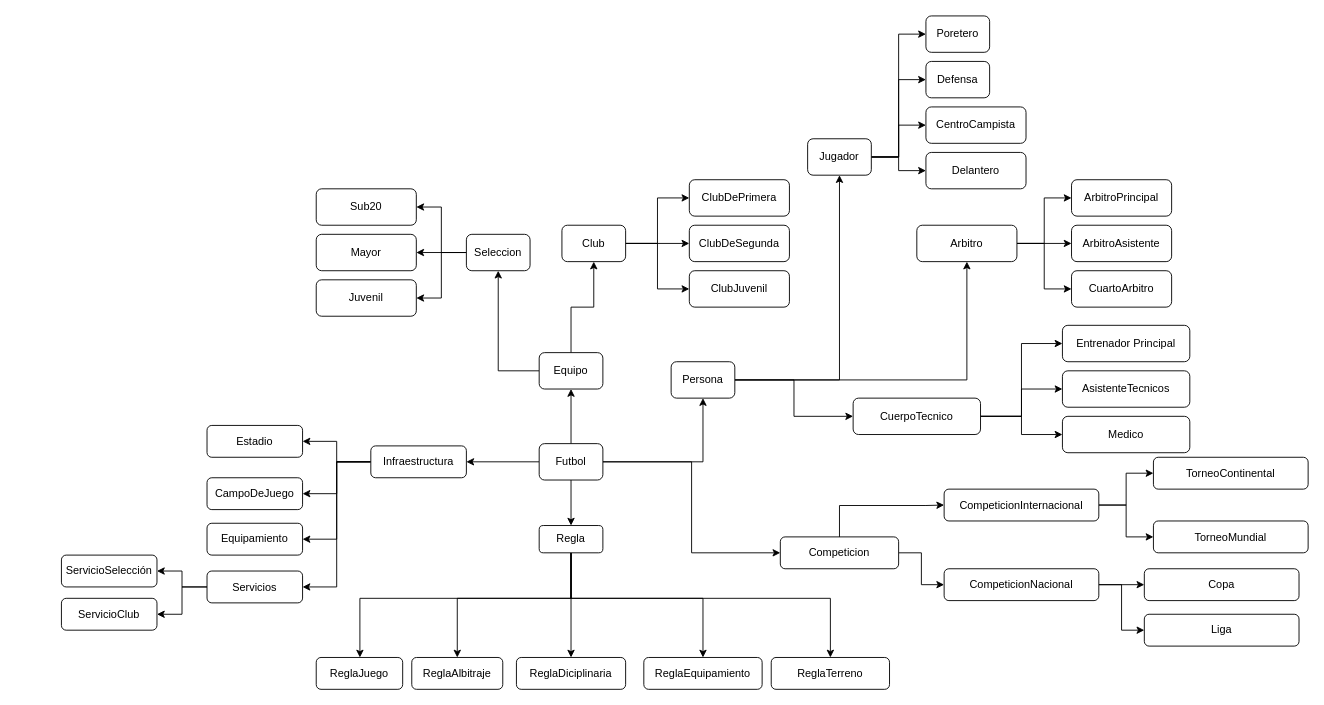
The draw.io diagram Diagrama.drawio in adrisad/ontologias, before the edit. Source tidied: cells renumbered, new cells numbered last; positions are measured from the earlier drawing's top-left corner, leaving out a move shared by most shapes. Both pictures are drawn from the tidied source at 91%, with x=0, y=0 at pixel (61, 15).
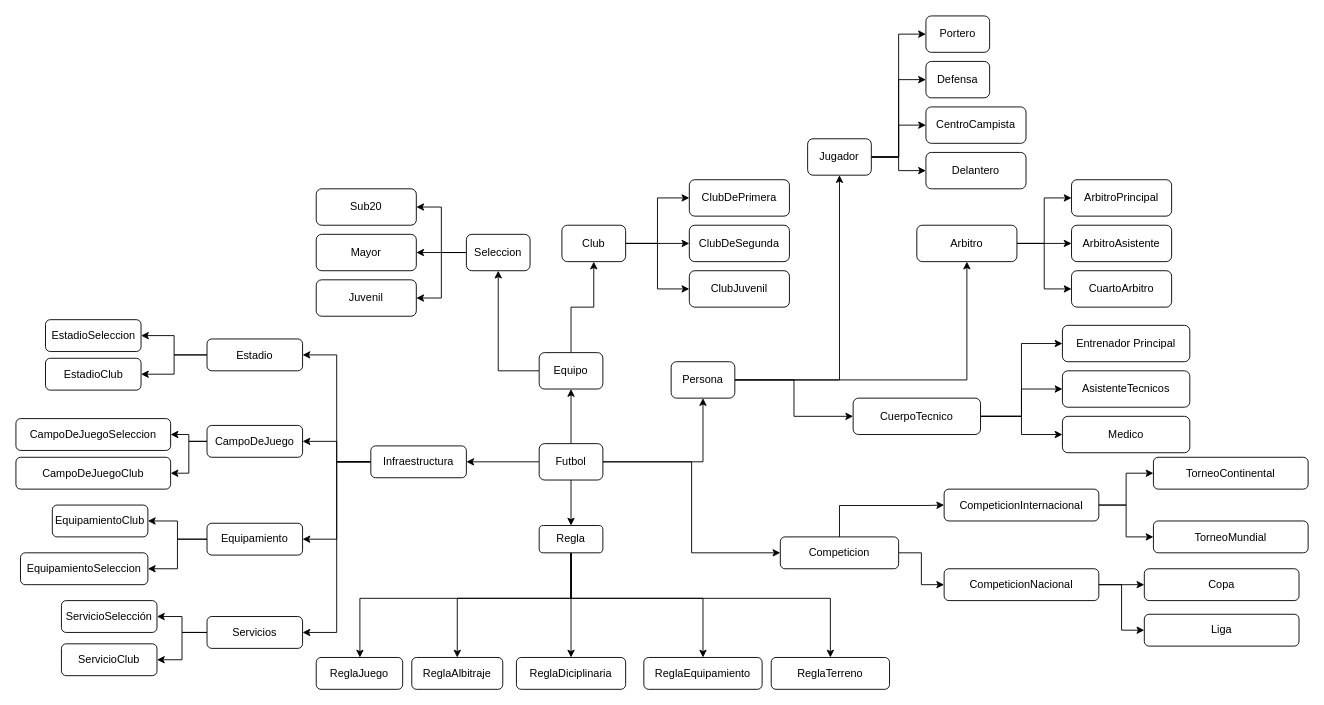
Above is the later version.

Commit message (it also covers changes not shown here):
modificacion al diagrama y ontologia

Unchanged cells that the change refers to:
```xml
<mxCell id="39" value="Equipamiento" style="whiteSpace=wrap;html=1;rounded=1;" parent="1" vertex="1">
  <mxGeometry x="160" y="557.5" width="105" height="35" as="geometry" />
</mxCell>
```

What changed in the source:
```diff
@@
+    <mxCell id="89" style="edgeStyle=orthogonalEdgeStyle;rounded=0;jettySize=auto;html=1;entryX=1;entryY=0.5;entryDx=0;entryDy=0;" parent="1" edge="1" source="37" target="99">
+      <mxGeometry relative="1" as="geometry" />
+    </mxCell>
+    <mxCell id="90" style="edgeStyle=orthogonalEdgeStyle;rounded=0;jettySize=auto;html=1;entryX=1;entryY=0.5;entryDx=0;entryDy=0;" parent="1" edge="1" source="37" target="100">
+      <mxGeometry relative="1" as="geometry" />
+    </mxCell>
     <mxCell id="37" value="Estadio" style="whiteSpace=wrap;html=1;rounded=1;" parent="1" vertex="1">
-      <mxGeometry x="160" y="450" width="105" height="35" as="geometry" />
+      <mxGeometry x="160" y="355" width="105" height="35" as="geometry" />
     </mxCell>
+    <mxCell id="91" style="edgeStyle=orthogonalEdgeStyle;rounded=0;jettySize=auto;html=1;entryX=1;entryY=0.5;entryDx=0;entryDy=0;" parent="1" edge="1" source="38" target="97">
+      <mxGeometry relative="1" as="geometry" />
+    </mxCell>
+    <mxCell id="92" style="edgeStyle=orthogonalEdgeStyle;rounded=0;jettySize=auto;html=1;entryX=1;entryY=0.5;entryDx=0;entryDy=0;" parent="1" edge="1" source="38" target="98">
+      <mxGeometry relative="1" as="geometry" />
+    </mxCell>
     <mxCell id="38" value="CampoDeJuego" style="whiteSpace=wrap;html=1;rounded=1;" parent="1" vertex="1">
-      <mxGeometry x="160" y="507.5" width="105" height="35" as="geometry" />
+      <mxGeometry x="160" y="450" width="105" height="35" as="geometry" />
     </mxCell>
+    <mxCell id="93" style="edgeStyle=orthogonalEdgeStyle;rounded=0;jettySize=auto;html=1;entryX=1;entryY=0.5;entryDx=0;entryDy=0;" parent="1" edge="1" source="39" target="95">
+      <mxGeometry relative="1" as="geometry" />
+    </mxCell>
+    <mxCell id="94" style="edgeStyle=orthogonalEdgeStyle;rounded=0;jettySize=auto;html=1;entryX=1;entryY=0.5;entryDx=0;entryDy=0;" parent="1" edge="1" source="39" target="96">
+      <mxGeometry relative="1" as="geometry" />
+    </mxCell>
@@
     <mxCell id="42" value="Servicios" style="whiteSpace=wrap;html=1;rounded=1;" parent="1" vertex="1">
-      <mxGeometry x="160" y="610" width="105" height="35" as="geometry" />
+      <mxGeometry x="160" y="660" width="105" height="35" as="geometry" />
     </mxCell>
@@
-    <mxCell id="68" value="Poretero" style="rounded=1;whiteSpace=wrap;html=1;" parent="1" vertex="1">
+    <mxCell id="68" value="Portero" style="rounded=1;whiteSpace=wrap;html=1;" parent="1" vertex="1">
       <mxGeometry x="950" width="70" height="40" as="geometry" />
     </mxCell>
@@
     <mxCell id="87" value="ServicioSelección" style="whiteSpace=wrap;html=1;rounded=1;" parent="1" vertex="1">
-      <mxGeometry y="592.5" width="105" height="35" as="geometry" />
+      <mxGeometry y="642.5" width="105" height="35" as="geometry" />
     </mxCell>
     <mxCell id="88" value="ServicioClub" style="whiteSpace=wrap;html=1;rounded=1;" parent="1" vertex="1">
-      <mxGeometry y="640" width="105" height="35" as="geometry" />
+      <mxGeometry y="690" width="105" height="35" as="geometry" />
     </mxCell>
+    <mxCell id="95" value="EquipamientoClub" style="whiteSpace=wrap;html=1;rounded=1;" parent="1" vertex="1">
+      <mxGeometry x="-10" y="537.5" width="105" height="35" as="geometry" />
+    </mxCell>
+    <mxCell id="96" value="EquipamientoSeleccion" style="whiteSpace=wrap;html=1;rounded=1;" parent="1" vertex="1">
+      <mxGeometry x="-45" y="590" width="140" height="35" as="geometry" />
+    </mxCell>
+    <mxCell id="97" value="CampoDeJuegoSeleccion" style="whiteSpace=wrap;html=1;rounded=1;" parent="1" vertex="1">
+      <mxGeometry x="-50" y="442.5" width="170" height="35" as="geometry" />
+    </mxCell>
+    <mxCell id="98" value="CampoDeJuegoClub" style="whiteSpace=wrap;html=1;rounded=1;" parent="1" vertex="1">
+      <mxGeometry x="-50" y="485" width="170" height="35" as="geometry" />
+    </mxCell>
+    <mxCell id="99" value="EstadioSeleccion" style="whiteSpace=wrap;html=1;rounded=1;" parent="1" vertex="1">
+      <mxGeometry x="-17.5" y="333.8" width="105" height="35" as="geometry" />
+    </mxCell>
+    <mxCell id="100" value="EstadioClub" style="whiteSpace=wrap;html=1;rounded=1;" parent="1" vertex="1">
+      <mxGeometry x="-17.5" y="376.2" width="105" height="35" as="geometry" />
+    </mxCell>
```
